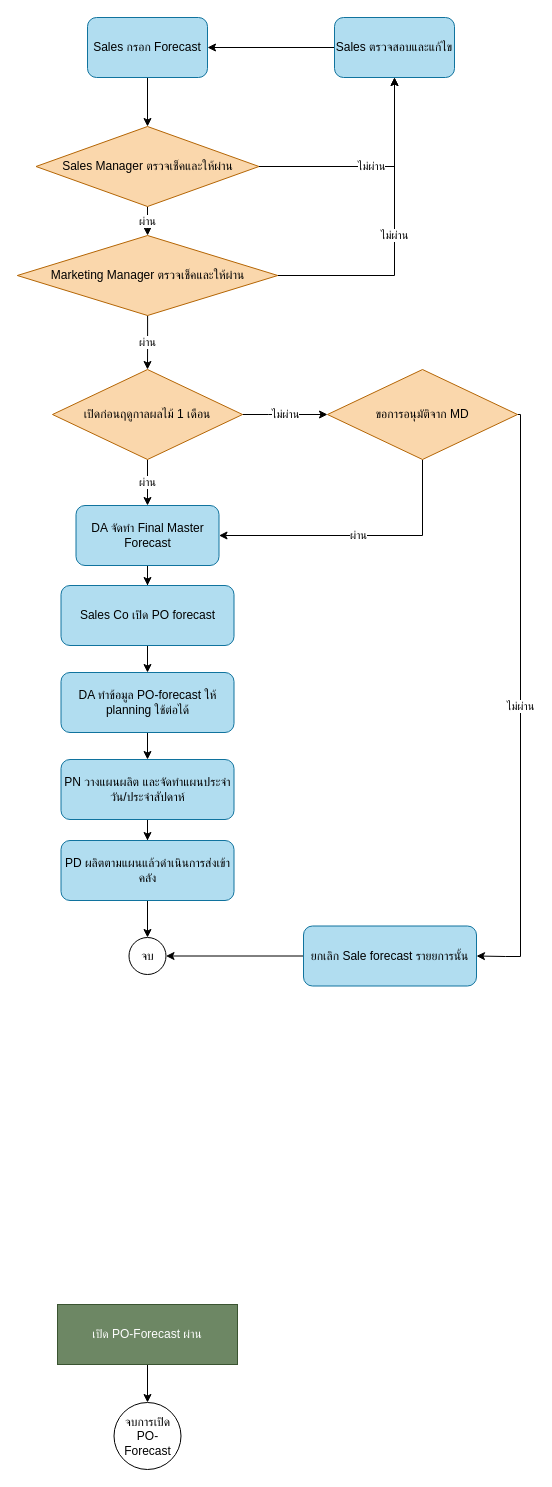
Above: Untitled Diagram.drawio in KitakanWiset/skills-introduction-to-github (draw.io), before the change. Source tidied: cells renumbered, new cells numbered last; positions are measured from the earlier drawing's top-left corner, leaving out a move shared by most shapes. Both pictures are drawn from the tidied source at 100%, with x=0, y=0 at pixel (17, 17).
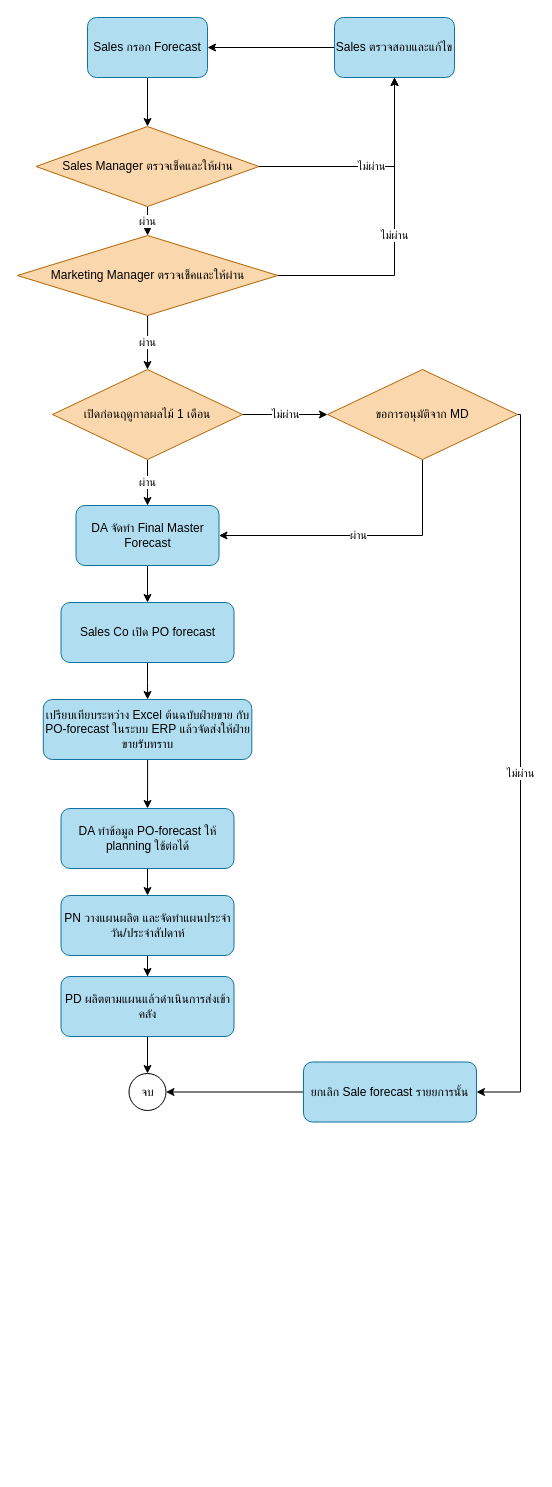
The same page after the edit.

The change refers to these unchanged cells:
```xml
<mxCell id="25" value="ขอการอนุมัติจาก MD" style="rhombus;whiteSpace=wrap;html=1;fillColor=#fad7ac;strokeColor=#b46504;" parent="1" vertex="1">
  <mxGeometry x="310" y="352" width="190" height="90" as="geometry" />
</mxCell>
```

The edit, as a diff of the source:
```diff
@@
-    <mxCell id="2" value="จบการเปิด PO-Forecast" style="ellipse;whiteSpace=wrap;html=1;" parent="1" vertex="1">
-      <mxGeometry x="96.5" y="1385" width="67" height="67" as="geometry" />
-    </mxCell>
@@
-    <mxCell id="4" style="edgeStyle=orthogonalEdgeStyle;rounded=0;jettySize=auto;html=1;" parent="1" edge="1" source="5" target="2">
-      <mxGeometry relative="1" as="geometry" />
-    </mxCell>
-    <mxCell id="5" value="เปิด PO-Forecast ผ่าน" style="rounded=0;whiteSpace=wrap;html=1;fillColor=#6d8764;fontColor=#ffffff;strokeColor=#3A5431;" parent="1" vertex="1">
-      <mxGeometry x="40" y="1287" width="180" height="60" as="geometry" />
-    </mxCell>
@@
-    <mxCell id="21" style="edgeStyle=orthogonalEdgeStyle;rounded=0;jettySize=auto;html=1;" parent="1" edge="1" source="22" target="27">
-      <mxGeometry relative="1" as="geometry" />
-    </mxCell>
+    <mxCell id="35" style="edgeStyle=orthogonalEdgeStyle;rounded=0;jettySize=auto;html=1;" parent="1" edge="1" source="22" target="37">
+      <mxGeometry relative="1" as="geometry" />
+    </mxCell>
     <mxCell id="22" value="&lt;span style=&quot;&quot;&gt;Sales Co เปิด PO forecast&lt;/span&gt;" style="rounded=1;whiteSpace=wrap;html=1;fillColor=#b1ddf0;strokeColor=#10739e;fontColor=default;" parent="1" vertex="1">
-      <mxGeometry x="43.5" y="568" width="173" height="60" as="geometry" />
+      <mxGeometry x="43.5" y="585" width="173" height="60" as="geometry" />
     </mxCell>
@@
     <mxCell id="24" value="ไม่ผ่าน" style="edgeStyle=orthogonalEdgeStyle;rounded=0;jettySize=auto;html=1;entryX=1;entryY=0.5;entryDx=0;entryDy=0;" parent="1" edge="1" source="25" target="34">
       <mxGeometry relative="1" as="geometry">
         <Array as="points">
           <mxPoint x="503" y="397" />
-          <mxPoint x="503" y="939" />
-          <mxPoint x="488" y="939" />
+          <mxPoint x="503" y="1075" />
         </Array>
       </mxGeometry>
     </mxCell>
@@
     <mxCell id="27" value="DA ทำข้อมูล PO-forecast ให้ planning ใช้ต่อได้" style="rounded=1;whiteSpace=wrap;html=1;fillColor=#b1ddf0;strokeColor=#10739e;fontColor=default;" parent="1" vertex="1">
-      <mxGeometry x="43.5" y="655" width="173" height="60" as="geometry" />
+      <mxGeometry x="43.5" y="791" width="173" height="60" as="geometry" />
     </mxCell>
@@
     <mxCell id="29" value="PN วางแผนผลิต และจัดทำแผนประจำวัน/ประจำสัปดาห์" style="rounded=1;whiteSpace=wrap;html=1;fillColor=#b1ddf0;strokeColor=#10739e;fontColor=default;" parent="1" vertex="1">
-      <mxGeometry x="43.5" y="742" width="173" height="60" as="geometry" />
+      <mxGeometry x="43.5" y="878" width="173" height="60" as="geometry" />
     </mxCell>
@@
     <mxCell id="31" value="PD ผลิตตามแผนแล้วดำเนินการส่งเข้าคลัง" style="rounded=1;whiteSpace=wrap;html=1;fillColor=#b1ddf0;strokeColor=#10739e;fontColor=default;" parent="1" vertex="1">
-      <mxGeometry x="43.5" y="823" width="173" height="60" as="geometry" />
+      <mxGeometry x="43.5" y="959" width="173" height="60" as="geometry" />
     </mxCell>
     <mxCell id="32" value="จบ" style="ellipse;whiteSpace=wrap;html=1;" parent="1" vertex="1">
-      <mxGeometry x="111.5" y="920" width="37" height="37" as="geometry" />
+      <mxGeometry x="111.5" y="1056" width="37" height="37" as="geometry" />
     </mxCell>
@@
     <mxCell id="34" value="ยกเลิก Sale forecast รายยการนั้น" style="rounded=1;whiteSpace=wrap;html=1;fillColor=#b1ddf0;strokeColor=#10739e;fontColor=default;" parent="1" vertex="1">
-      <mxGeometry x="286" y="908.5" width="173" height="60" as="geometry" />
+      <mxGeometry x="286" y="1044.5" width="173" height="60" as="geometry" />
     </mxCell>
+    <mxCell id="36" style="edgeStyle=orthogonalEdgeStyle;rounded=0;jettySize=auto;html=1;" parent="1" edge="1" source="37" target="27">
+      <mxGeometry relative="1" as="geometry" />
+    </mxCell>
+    <mxCell id="37" value="เปรียบเทียบระหว่าง Excel ต้นฉบับฝ่ายขาย กับ PO-forecast ในระบบ ERP แล้วจัดส่งให้ฝ่ายขายรับทราบ" style="rounded=1;whiteSpace=wrap;html=1;fillColor=#b1ddf0;strokeColor=#10739e;fontColor=default;" parent="1" vertex="1">
+      <mxGeometry x="25.8" y="682" width="208.5" height="60" as="geometry" />
+    </mxCell>
```
